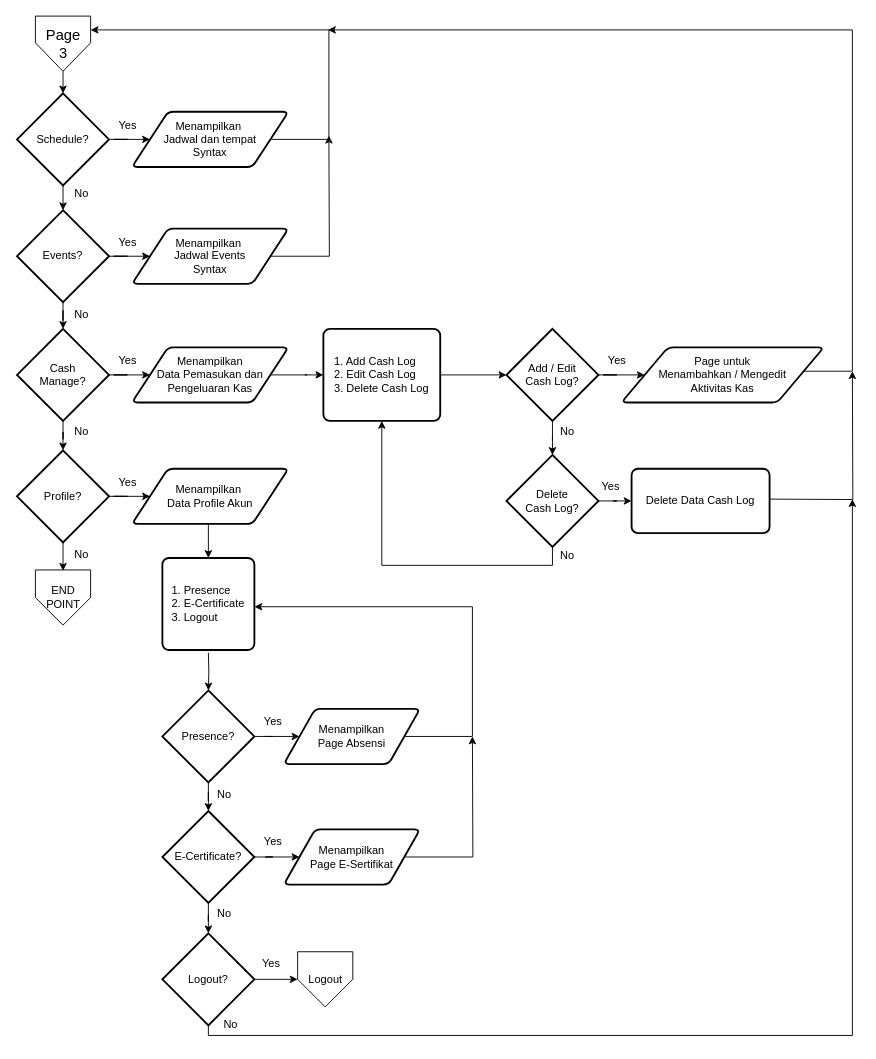
Above: PG3.drawio in dapzz-id/DrawIO (draw.io), before the change. Source tidied: cells renumbered, new cells numbered last; positions are measured from the earlier drawing's top-left corner, leaving out a move shared by most shapes. Both pictures are drawn from the tidied source at 92%, with x=0, y=0 at pixel (17, 16).
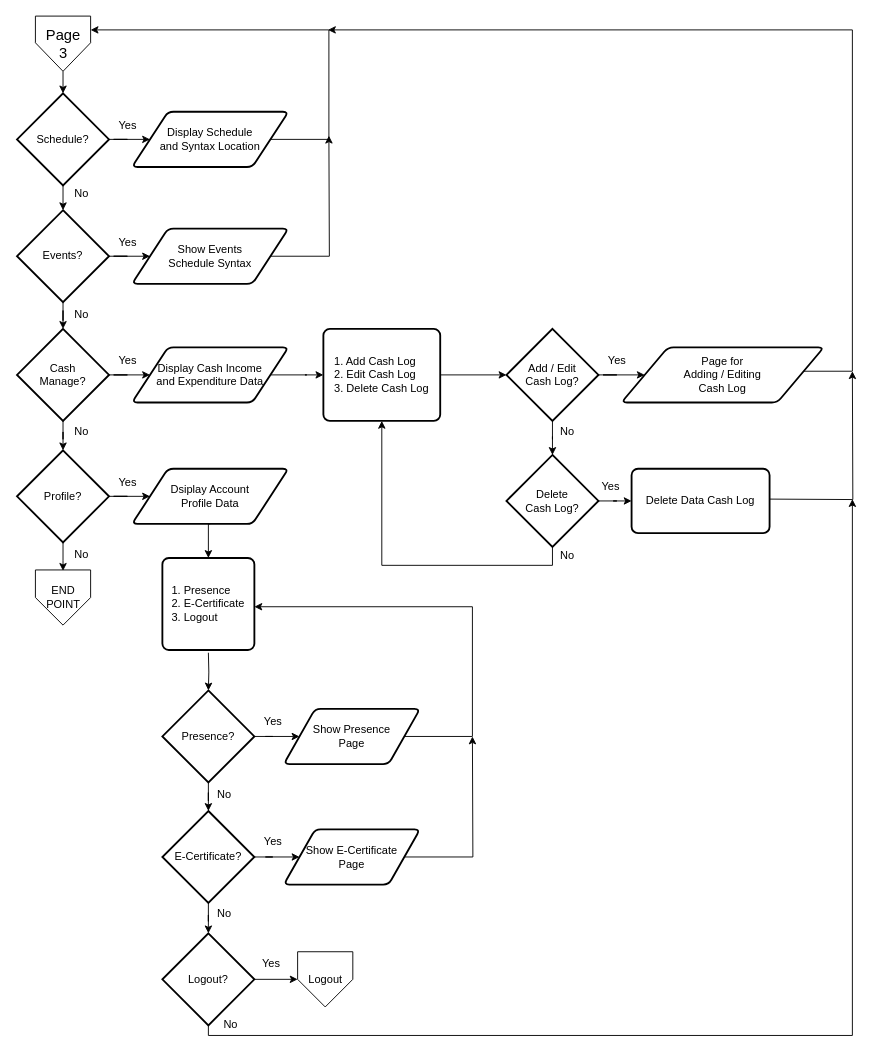
The same page after the edit.

Diff of the diagram source:
```diff
@@
-    <mxCell id="15" value="Menampilkan&amp;nbsp;&lt;div&gt;Jadwal dan tempat&lt;div&gt;Syntax&lt;/div&gt;&lt;/div&gt;" style="shape=parallelogram;html=1;strokeWidth=2;perimeter=parallelogramPerimeter;whiteSpace=wrap;rounded=1;arcSize=12;size=0.23;" parent="1" vertex="1">
+    <mxCell id="15" value="Display Schedule&lt;div&gt;and Syntax Location&lt;/div&gt;" style="shape=parallelogram;html=1;strokeWidth=2;perimeter=parallelogramPerimeter;whiteSpace=wrap;rounded=1;arcSize=12;size=0.23;" parent="1" vertex="1">
       <mxGeometry x="125" y="104" width="170" height="60" as="geometry" />
     </mxCell>
@@
-    <mxCell id="17" value="Menampilkan&amp;nbsp;&lt;div&gt;Jadwal Events&lt;div&gt;Syntax&lt;/div&gt;&lt;/div&gt;" style="shape=parallelogram;html=1;strokeWidth=2;perimeter=parallelogramPerimeter;whiteSpace=wrap;rounded=1;arcSize=12;size=0.23;" parent="1" vertex="1">
+    <mxCell id="17" value="Show Events&lt;div&gt;Schedule Syntax&lt;/div&gt;" style="shape=parallelogram;html=1;strokeWidth=2;perimeter=parallelogramPerimeter;whiteSpace=wrap;rounded=1;arcSize=12;size=0.23;" parent="1" vertex="1">
       <mxGeometry x="125" y="231" width="170" height="60" as="geometry" />
     </mxCell>
@@
-    <mxCell id="19" value="Menampilkan&amp;nbsp;&lt;div&gt;Data Profile Akun&lt;/div&gt;" style="shape=parallelogram;html=1;strokeWidth=2;perimeter=parallelogramPerimeter;whiteSpace=wrap;rounded=1;arcSize=12;size=0.23;" parent="1" vertex="1">
+    <mxCell id="19" value="Dsiplay Account&lt;div&gt;Profile Data&lt;/div&gt;" style="shape=parallelogram;html=1;strokeWidth=2;perimeter=parallelogramPerimeter;whiteSpace=wrap;rounded=1;arcSize=12;size=0.23;" parent="1" vertex="1">
       <mxGeometry x="125" y="492" width="170" height="60" as="geometry" />
     </mxCell>
@@
-    <mxCell id="26" value="Menampilkan&lt;div&gt;Page Absensi&lt;/div&gt;" style="shape=parallelogram;html=1;strokeWidth=2;perimeter=parallelogramPerimeter;whiteSpace=wrap;rounded=1;arcSize=12;size=0.23;" parent="1" vertex="1">
+    <mxCell id="26" value="Show Presence&lt;div&gt;Page&lt;/div&gt;" style="shape=parallelogram;html=1;strokeWidth=2;perimeter=parallelogramPerimeter;whiteSpace=wrap;rounded=1;arcSize=12;size=0.23;" parent="1" vertex="1">
       <mxGeometry x="290" y="753" width="148" height="60" as="geometry" />
     </mxCell>
@@
-    <mxCell id="32" value="Menampilkan&lt;div&gt;Page E-Sertifikat&lt;/div&gt;" style="shape=parallelogram;html=1;strokeWidth=2;perimeter=parallelogramPerimeter;whiteSpace=wrap;rounded=1;arcSize=12;size=0.23;" parent="1" vertex="1">
+    <mxCell id="32" value="Show E-Certificate&lt;div&gt;Page&lt;/div&gt;" style="shape=parallelogram;html=1;strokeWidth=2;perimeter=parallelogramPerimeter;whiteSpace=wrap;rounded=1;arcSize=12;size=0.23;" parent="1" vertex="1">
       <mxGeometry x="290" y="884" width="148" height="60" as="geometry" />
     </mxCell>
@@
-    <mxCell id="46" value="Menampilkan&lt;div&gt;Data Pemasukan dan&lt;/div&gt;&lt;div&gt;Pengeluaran Kas&lt;/div&gt;" style="shape=parallelogram;html=1;strokeWidth=2;perimeter=parallelogramPerimeter;whiteSpace=wrap;rounded=1;arcSize=12;size=0.23;" parent="1" vertex="1">
+    <mxCell id="46" value="Display Cash Income&lt;div&gt;and Expenditure Data&lt;/div&gt;" style="shape=parallelogram;html=1;strokeWidth=2;perimeter=parallelogramPerimeter;whiteSpace=wrap;rounded=1;arcSize=12;size=0.23;" parent="1" vertex="1">
       <mxGeometry x="125" y="360" width="170" height="60" as="geometry" />
     </mxCell>
@@
-    <mxCell id="54" value="Page untuk&lt;div&gt;Menambahkan / Mengedit&lt;/div&gt;&lt;div&gt;Aktivitas Kas&lt;/div&gt;" style="shape=parallelogram;html=1;strokeWidth=2;perimeter=parallelogramPerimeter;whiteSpace=wrap;rounded=1;arcSize=12;size=0.23;" parent="1" vertex="1">
+    <mxCell id="54" value="Page for&lt;div&gt;Adding / Editing&lt;/div&gt;&lt;div&gt;Cash Log&lt;/div&gt;" style="shape=parallelogram;html=1;strokeWidth=2;perimeter=parallelogramPerimeter;whiteSpace=wrap;rounded=1;arcSize=12;size=0.23;" parent="1" vertex="1">
       <mxGeometry x="657" y="360" width="220" height="60" as="geometry" />
     </mxCell>
```
